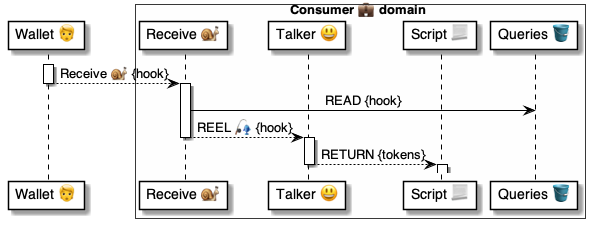
Above: 4 ⚙️ Solution/41 🎭 Domain Roles/Consumers 💼/💼🅰️ Consumer methods/Receive 🧑‍🦰🐌💼/💼 Receive ⚙️ uml.png in pollyweb-org/pollyweb-docs (PlantUML), before the change. Its source is kept beside it as 4 ⚙️ Solution/41 🎭 Domain Roles/Consumers 💼/💼🅰️ Consumer methods/Receive 🧑‍🦰🐌💼/💼 Receive ⚙️ uml.puml. Its diagram source:
```plantuml
@startuml Receive@Consumer

participant "Wallet 🧑" as wallet
box Consumer 💼 domain #FFFFFA
    participant "Receive 🐌" as consumer
    participant "Talker 😃" as talker
    participant "Script 📃" as script
    participant "Queries 🪣" as hooks
end box


activate wallet
    wallet --> consumer: Receive 🐌 {hook}
deactivate wallet

activate consumer
    consumer -> hooks: READ {hook}
    consumer --> talker: REEL 🎣 {hook}
deactivate consumer

activate talker
    talker --> script: RETURN {tokens}
deactivate talker

activate script
deactivate script

@enduml
```
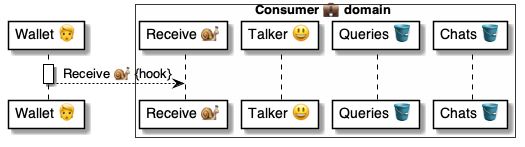
Above is the later version.

What changed in the source:
```diff
@@ -4,25 +4,12 @@
 box Consumer 💼 domain #FFFFFA
     participant "Receive 🐌" as consumer
     participant "Talker 😃" as talker
-    participant "Script 📃" as script
-    participant "Queries 🪣" as hooks
+    participant "Queries 🪣" as queries
+    participant "Chats 🪣" as chats
 end box
-
 
 activate wallet
     wallet --> consumer: Receive 🐌 {hook}
 deactivate wallet
 
-activate consumer
-    consumer -> hooks: READ {hook}
-    consumer --> talker: REEL 🎣 {hook}
-deactivate consumer
-
-activate talker
-    talker --> script: RETURN {tokens}
-deactivate talker
-
-activate script
-deactivate script
-
 @enduml
```
